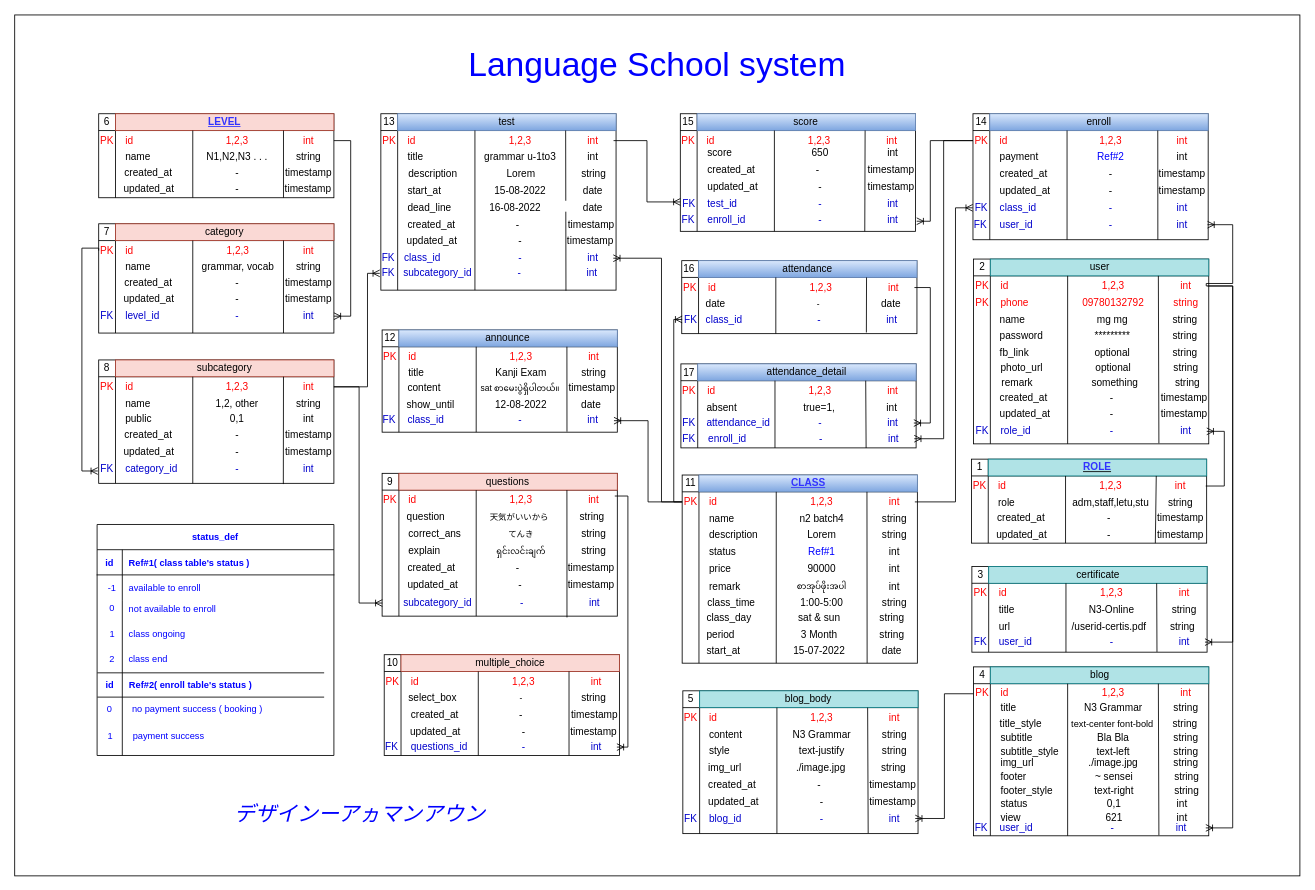
arkarMannAung/app.diagrams.net keeps this draw.io diagram as language_center.drawio. Above is the earlier version. Source tidied: cells renumbered, new cells numbered last; positions are measured from the earlier drawing's top-left corner, leaving out a move shared by most shapes. Both pictures are drawn from the tidied source at 84%, with x=0, y=0 at pixel (14, 14).
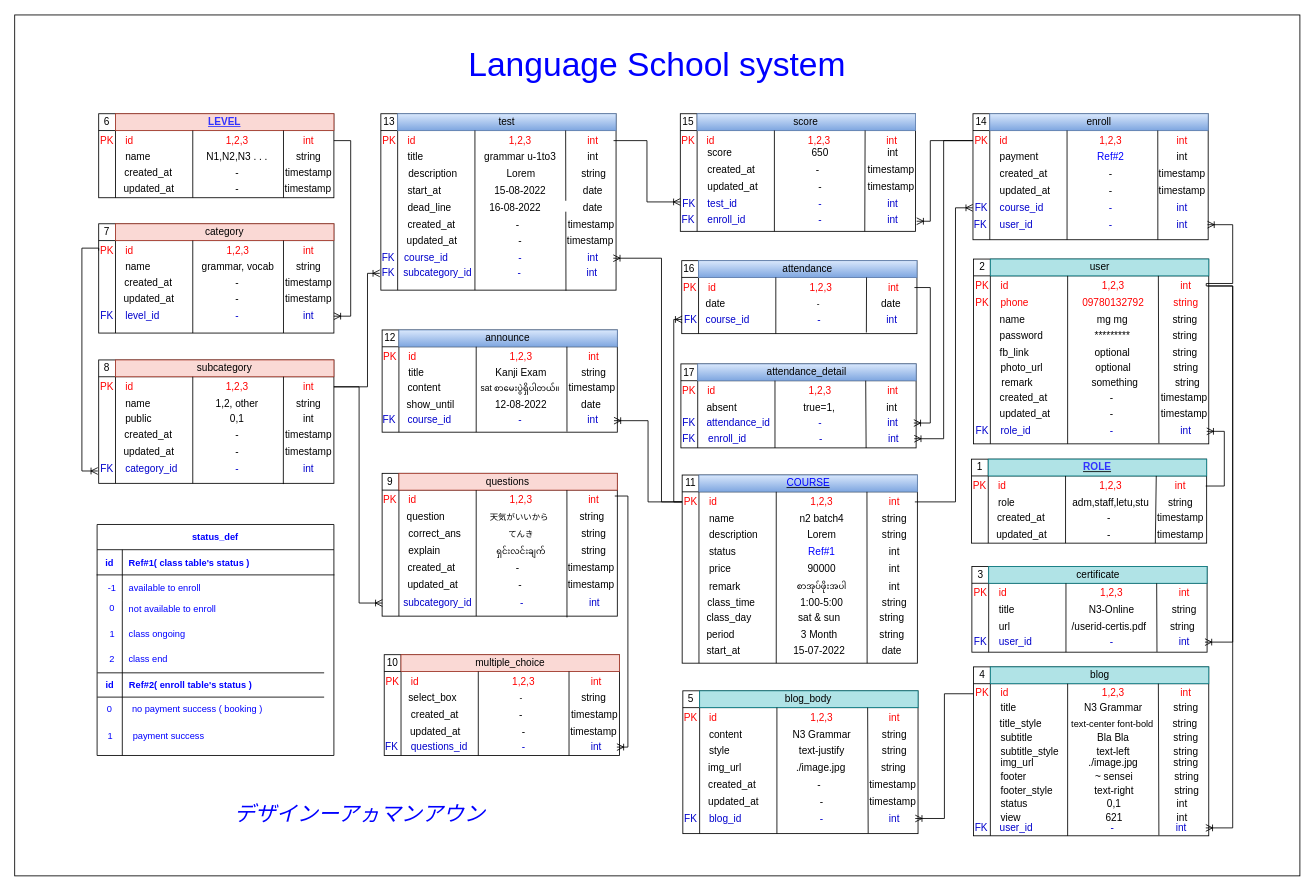
The same page after the edit.

Change to the diagram source:
```diff
@@
-    <mxCell id="112" value="class_id" style="text;html=1;strokeColor=none;fillColor=none;align=left;verticalAlign=middle;whiteSpace=wrap;rounded=0;fontColor=#0000CC;" parent="1" vertex="1">
+    <mxCell id="112" value="course_id" style="text;html=1;strokeColor=none;fillColor=none;align=left;verticalAlign=middle;whiteSpace=wrap;rounded=0;fontColor=#0000CC;" parent="1" vertex="1">
       <mxGeometry x="461.6" y="279.9" width="90" height="20" as="geometry" />
     </mxCell>
@@
-    <mxCell id="147" value="class_id" style="text;html=1;strokeColor=none;fillColor=none;align=left;verticalAlign=middle;whiteSpace=wrap;rounded=0;fontColor=#0000CC;" parent="1" vertex="1">
+    <mxCell id="147" value="course_id" style="text;html=1;strokeColor=none;fillColor=none;align=left;verticalAlign=middle;whiteSpace=wrap;rounded=0;fontColor=#0000CC;" parent="1" vertex="1">
       <mxGeometry x="466.4" y="473.3" width="90" height="20" as="geometry" />
     </mxCell>
@@
-    <mxCell id="234" value="class_id" style="text;html=1;strokeColor=none;fillColor=none;align=left;verticalAlign=middle;whiteSpace=wrap;rounded=0;fontColor=#0000CC;" parent="1" vertex="1">
+    <mxCell id="234" value="course_id" style="text;html=1;strokeColor=none;fillColor=none;align=left;verticalAlign=middle;whiteSpace=wrap;rounded=0;fontColor=#0000CC;" parent="1" vertex="1">
       <mxGeometry x="821.1" y="352.8" width="90" height="20" as="geometry" />
     </mxCell>
@@
-    <mxCell id="262" value="&lt;font color=&quot;#3333FF&quot;&gt;&lt;u&gt;&lt;b&gt;CLASS&lt;/b&gt;&lt;/u&gt;&lt;/font&gt;" style="text;html=1;strokeColor=#6c8ebf;fillColor=#dae8fc;align=center;verticalAlign=middle;whiteSpace=wrap;rounded=0;gradientColor=#7ea6e0;" parent="1" vertex="1">
+    <mxCell id="262" value="&lt;u&gt;&lt;font color=&quot;#0000FF&quot;&gt;COURSE&lt;/font&gt;&lt;/u&gt;" style="text;html=1;strokeColor=#6c8ebf;fillColor=#dae8fc;align=center;verticalAlign=middle;whiteSpace=wrap;rounded=0;gradientColor=#7ea6e0;" parent="1" vertex="1">
       <mxGeometry x="814.6" y="548" width="260" height="20" as="geometry" />
     </mxCell>
@@
-    <mxCell id="355" value="class_id" style="text;html=1;strokeColor=none;fillColor=none;align=left;verticalAlign=middle;whiteSpace=wrap;rounded=0;fontColor=#0000CC;" parent="1" vertex="1">
+    <mxCell id="355" value="course_id" style="text;html=1;strokeColor=none;fillColor=none;align=left;verticalAlign=middle;whiteSpace=wrap;rounded=0;fontColor=#0000CC;" parent="1" vertex="1">
       <mxGeometry x="1171" y="219.9" width="79" height="20" as="geometry" />
     </mxCell>
@@
+    <mxCell id="493" value="&amp;nbsp;" style="text;whiteSpace=wrap;html=1;" parent="1" vertex="1">
+      <mxGeometry x="1350" y="440" width="30" height="30" as="geometry" />
+    </mxCell>
```
